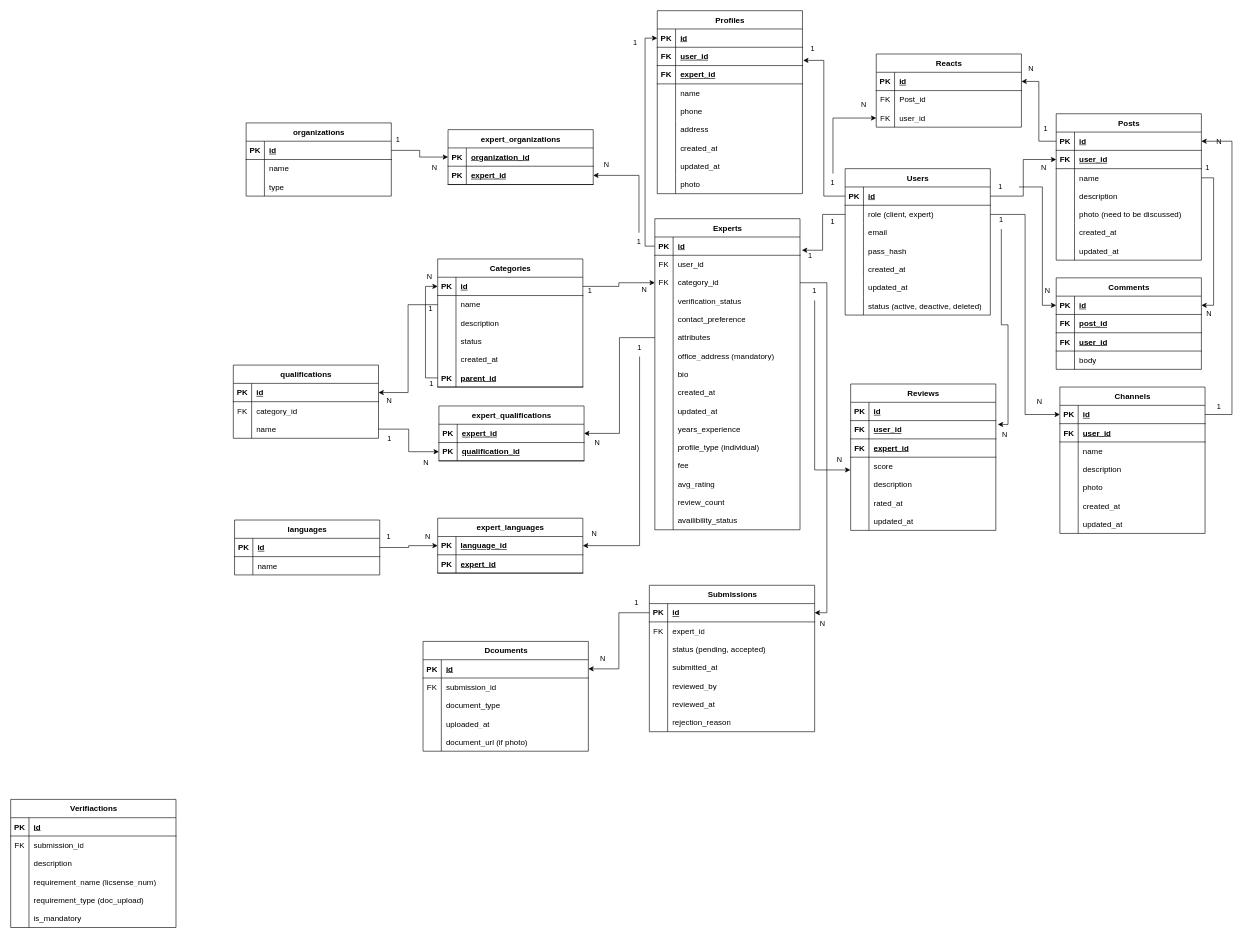
Earlier version of the draw.io diagram er-1.drawio (Anamul029/Expert_Findings_Application). Source tidied: cells renumbered, new cells numbered last; positions are measured from the earlier drawing's top-left corner, leaving out a move shared by most shapes. Both pictures are drawn from the tidied source at 61%, with x=0, y=0 at pixel (10, 10).
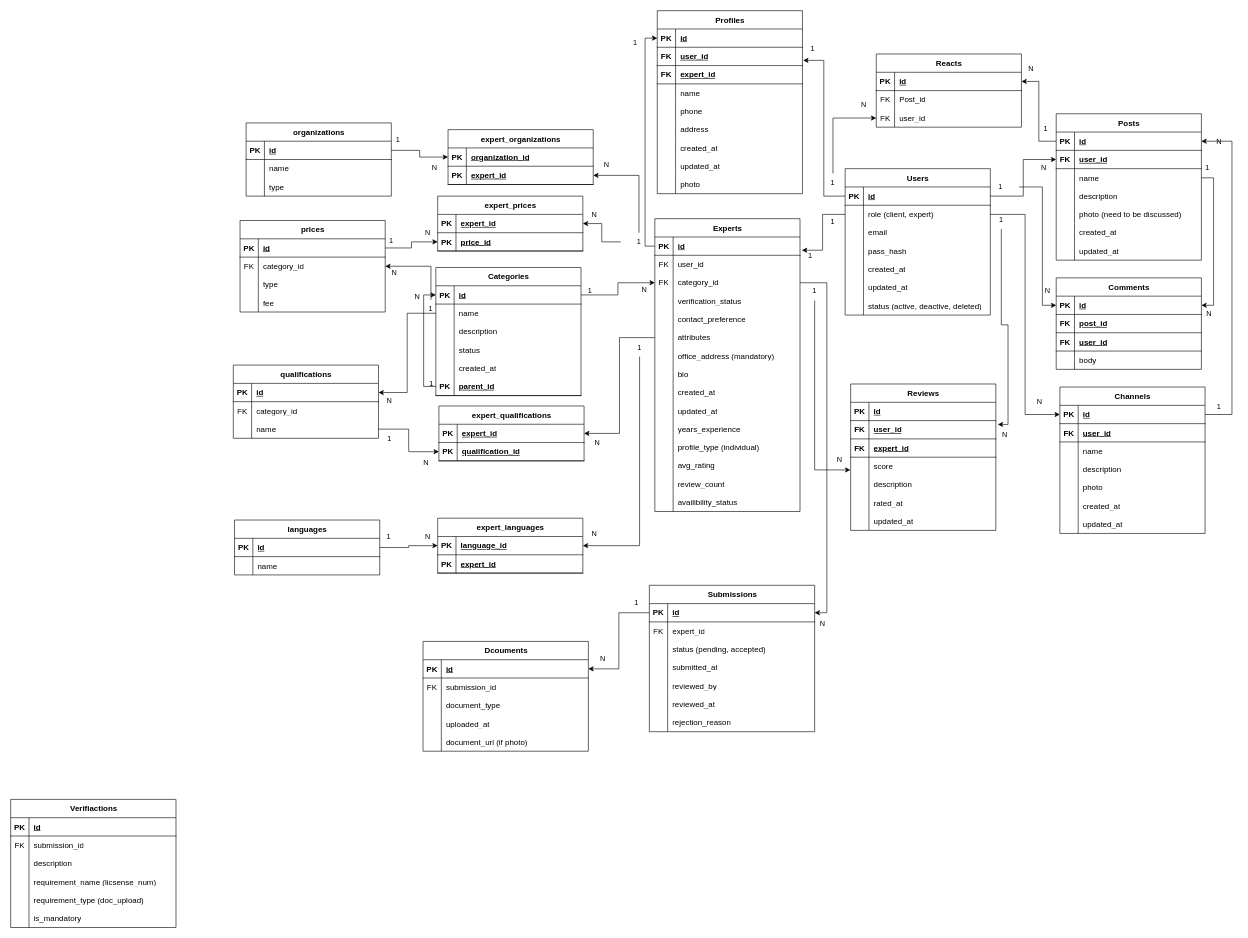
Above is the later version.

Commit message:
updated er diagram as different categories or expert can have different types of pricing

Unchanged cells that the change refers to:
```xml
<mxCell id="234" value="1" style="text;html=1;whiteSpace=wrap;strokeColor=none;fillColor=none;align=center;verticalAlign=middle;rounded=0;" parent="1" vertex="1">
  <mxGeometry x="1000" y="364" width="60" height="30" as="geometry" />
</mxCell>
<mxCell id="323" value="1" style="text;html=1;whiteSpace=wrap;strokeColor=none;fillColor=none;align=center;verticalAlign=middle;rounded=0;" parent="1" vertex="1">
  <mxGeometry x="659" y="474" width="60" height="30" as="geometry" />
</mxCell>
```

The edit, as a diff of the source:
```diff
@@
     <mxCell id="24" value="Categories" style="shape=table;startSize=30;childLayout=tableLayout;rowLines=0;fontStyle=1;align=center;html=1;fontSize=13;" parent="1" vertex="1">
-      <mxGeometry x="700" y="407" width="238" height="210" as="geometry" />
+      <mxGeometry x="697" y="421" width="238" height="210" as="geometry" />
     </mxCell>
@@
     <mxCell id="75" value="Experts" style="shape=table;startSize=30;childLayout=tableLayout;rowLines=0;fontStyle=1;align=center;html=1;fontSize=13;" parent="1" vertex="1">
-      <mxGeometry x="1056" y="341" width="238" height="510" as="geometry" />
+      <mxGeometry x="1056" y="341" width="238" height="480" as="geometry" />
     </mxCell>
@@
-    <mxCell id="112" style="shape=tableRow;horizontal=0;startSize=0;swimlaneHead=0;swimlaneBody=0;fillColor=none;top=0;left=0;right=0;bottom=0;fontSize=13;" parent="75" vertex="1">
-      <mxGeometry y="390" width="238" height="30" as="geometry" />
-    </mxCell>
-    <mxCell id="113" style="shape=partialRectangle;fillColor=none;top=0;left=0;bottom=0;right=0;overflow=hidden;whiteSpace=wrap;html=1;fontSize=13;" parent="112" vertex="1">
-      <mxGeometry width="30" height="30" as="geometry" />
-    </mxCell>
-    <mxCell id="114" value="fee" style="shape=partialRectangle;fillColor=none;top=0;left=0;bottom=0;right=0;align=left;spacingLeft=6;overflow=hidden;whiteSpace=wrap;html=1;fontSize=13;" parent="112" vertex="1">
-      <mxGeometry x="30" width="208" height="30" as="geometry" />
-    </mxCell>
     <mxCell id="115" style="shape=tableRow;horizontal=0;startSize=0;swimlaneHead=0;swimlaneBody=0;fillColor=none;top=0;left=0;right=0;bottom=0;fontSize=13;" parent="75" vertex="1">
-      <mxGeometry y="420" width="238" height="30" as="geometry" />
+      <mxGeometry y="390" width="238" height="30" as="geometry" />
     </mxCell>
@@
     <mxCell id="118" style="shape=tableRow;horizontal=0;startSize=0;swimlaneHead=0;swimlaneBody=0;fillColor=none;top=0;left=0;right=0;bottom=0;fontSize=13;" parent="75" vertex="1">
-      <mxGeometry y="450" width="238" height="30" as="geometry" />
+      <mxGeometry y="420" width="238" height="30" as="geometry" />
     </mxCell>
@@
     <mxCell id="121" style="shape=tableRow;horizontal=0;startSize=0;swimlaneHead=0;swimlaneBody=0;fillColor=none;top=0;left=0;right=0;bottom=0;fontSize=13;" parent="75" vertex="1">
-      <mxGeometry y="480" width="238" height="30" as="geometry" />
+      <mxGeometry y="450" width="238" height="30" as="geometry" />
     </mxCell>
@@
+    <mxCell id="379" style="edgeStyle=orthogonalEdgeStyle;rounded=0;jettySize=auto;html=1;entryX=1;entryY=0.5;entryDx=0;entryDy=0;" parent="1" edge="1" source="234" target="394">
+      <mxGeometry relative="1" as="geometry" />
+    </mxCell>
@@
     <mxCell id="277" value="N" style="text;html=1;whiteSpace=wrap;strokeColor=none;fillColor=none;align=center;verticalAlign=middle;rounded=0;" parent="1" vertex="1">
-      <mxGeometry x="657" y="422" width="60" height="30" as="geometry" />
+      <mxGeometry x="637" y="454" width="60" height="30" as="geometry" />
     </mxCell>
@@
+    <mxCell id="380" style="edgeStyle=orthogonalEdgeStyle;rounded=0;jettySize=auto;html=1;entryX=1;entryY=0.5;entryDx=0;entryDy=0;" parent="1" edge="1" source="323" target="385">
+      <mxGeometry relative="1" as="geometry" />
+    </mxCell>
@@
+    <mxCell id="381" value="prices" style="shape=table;startSize=30;childLayout=tableLayout;rowLines=0;fontStyle=1;align=center;html=1;fontSize=13;" parent="1" vertex="1">
+      <mxGeometry x="376" y="344" width="238" height="150" as="geometry" />
+    </mxCell>
+    <mxCell id="382" style="shape=tableRow;horizontal=0;startSize=0;swimlaneHead=0;swimlaneBody=0;fillColor=none;points=[[0,0.5],[1,0.5]];portConstraint=eastwest;top=0;left=0;right=0;bottom=1;fontSize=13;" parent="381" vertex="1">
+      <mxGeometry y="30" width="238" height="30" as="geometry" />
+    </mxCell>
+    <mxCell id="383" value="PK" style="shape=partialRectangle;fillColor=none;top=0;left=0;bottom=0;right=0;fontStyle=1;overflow=hidden;whiteSpace=wrap;html=1;fontSize=13;" parent="382" vertex="1">
+      <mxGeometry width="30" height="30" as="geometry" />
+    </mxCell>
+    <mxCell id="384" value="id" style="shape=partialRectangle;fillColor=none;top=0;left=0;bottom=0;right=0;align=left;spacingLeft=6;fontStyle=5;overflow=hidden;whiteSpace=wrap;html=1;fontSize=13;" parent="382" vertex="1">
+      <mxGeometry x="30" width="208" height="30" as="geometry" />
+    </mxCell>
+    <mxCell id="385" style="shape=tableRow;horizontal=0;startSize=0;swimlaneHead=0;swimlaneBody=0;fillColor=none;points=[[0,0.5],[1,0.5]];portConstraint=eastwest;top=0;left=0;right=0;bottom=0;fontSize=13;" parent="381" vertex="1">
+      <mxGeometry y="60" width="238" height="30" as="geometry" />
+    </mxCell>
+    <mxCell id="386" value="FK" style="shape=partialRectangle;fillColor=none;top=0;left=0;bottom=0;right=0;overflow=hidden;whiteSpace=wrap;html=1;fontSize=13;" parent="385" vertex="1">
+      <mxGeometry width="30" height="30" as="geometry" />
+    </mxCell>
+    <mxCell id="387" value="category_id" style="shape=partialRectangle;fillColor=none;top=0;left=0;bottom=0;right=0;align=left;spacingLeft=6;overflow=hidden;whiteSpace=wrap;html=1;fontSize=13;" parent="385" vertex="1">
+      <mxGeometry x="30" width="208" height="30" as="geometry" />
+    </mxCell>
+    <mxCell id="388" style="shape=tableRow;horizontal=0;startSize=0;swimlaneHead=0;swimlaneBody=0;fillColor=none;top=0;left=0;right=0;bottom=0;fontSize=13;" parent="381" vertex="1">
+      <mxGeometry y="90" width="238" height="30" as="geometry" />
+    </mxCell>
+    <mxCell id="389" style="shape=partialRectangle;fillColor=none;top=0;left=0;bottom=0;right=0;overflow=hidden;whiteSpace=wrap;html=1;fontSize=13;" parent="388" vertex="1">
+      <mxGeometry width="30" height="30" as="geometry" />
+    </mxCell>
+    <mxCell id="390" value="type" style="shape=partialRectangle;fillColor=none;top=0;left=0;bottom=0;right=0;align=left;spacingLeft=6;overflow=hidden;whiteSpace=wrap;html=1;fontSize=13;" parent="388" vertex="1">
+      <mxGeometry x="30" width="208" height="30" as="geometry" />
+    </mxCell>
+    <mxCell id="391" style="shape=tableRow;horizontal=0;startSize=0;swimlaneHead=0;swimlaneBody=0;fillColor=none;top=0;left=0;right=0;bottom=0;fontSize=13;" parent="381" vertex="1">
+      <mxGeometry y="120" width="238" height="30" as="geometry" />
+    </mxCell>
+    <mxCell id="392" style="shape=partialRectangle;fillColor=none;top=0;left=0;bottom=0;right=0;overflow=hidden;whiteSpace=wrap;html=1;fontSize=13;" parent="391" vertex="1">
+      <mxGeometry width="30" height="30" as="geometry" />
+    </mxCell>
+    <mxCell id="114" value="fee" style="shape=partialRectangle;fillColor=none;top=0;left=0;bottom=0;right=0;align=left;spacingLeft=6;overflow=hidden;whiteSpace=wrap;html=1;fontSize=13;" parent="391" vertex="1">
+      <mxGeometry x="30" width="208" height="30" as="geometry" />
+    </mxCell>
+    <mxCell id="393" value="expert_prices" style="shape=table;startSize=30;childLayout=tableLayout;rowLines=0;fontStyle=1;align=center;html=1;fontSize=13;" parent="1" vertex="1">
+      <mxGeometry x="700" y="304" width="238" height="90" as="geometry" />
+    </mxCell>
+    <mxCell id="394" style="shape=tableRow;horizontal=0;startSize=0;swimlaneHead=0;swimlaneBody=0;fillColor=none;points=[[0,0.5],[1,0.5]];portConstraint=eastwest;top=0;left=0;right=0;bottom=1;fontSize=13;" parent="393" vertex="1">
+      <mxGeometry y="30" width="238" height="30" as="geometry" />
+    </mxCell>
+    <mxCell id="395" value="PK" style="shape=partialRectangle;fillColor=none;top=0;left=0;bottom=0;right=0;fontStyle=1;overflow=hidden;whiteSpace=wrap;html=1;fontSize=13;" parent="394" vertex="1">
+      <mxGeometry width="30" height="30" as="geometry" />
+    </mxCell>
+    <mxCell id="396" value="expert_id" style="shape=partialRectangle;fillColor=none;top=0;left=0;bottom=0;right=0;align=left;spacingLeft=6;fontStyle=5;overflow=hidden;whiteSpace=wrap;html=1;fontSize=13;" parent="394" vertex="1">
+      <mxGeometry x="30" width="208" height="30" as="geometry" />
+    </mxCell>
+    <mxCell id="397" style="shape=tableRow;horizontal=0;startSize=0;swimlaneHead=0;swimlaneBody=0;fillColor=none;points=[[0,0.5],[1,0.5]];portConstraint=eastwest;top=0;left=0;right=0;bottom=1;fontSize=13;" parent="393" vertex="1">
+      <mxGeometry y="60" width="238" height="30" as="geometry" />
+    </mxCell>
+    <mxCell id="398" value="PK" style="shape=partialRectangle;fillColor=none;top=0;left=0;bottom=0;right=0;fontStyle=1;overflow=hidden;whiteSpace=wrap;html=1;fontSize=13;" parent="397" vertex="1">
+      <mxGeometry width="30" height="30" as="geometry" />
+    </mxCell>
+    <mxCell id="399" value="price_id" style="shape=partialRectangle;fillColor=none;top=0;left=0;bottom=0;right=0;align=left;spacingLeft=6;fontStyle=5;overflow=hidden;whiteSpace=wrap;html=1;fontSize=13;" parent="397" vertex="1">
+      <mxGeometry x="30" width="208" height="30" as="geometry" />
+    </mxCell>
+    <mxCell id="400" style="edgeStyle=orthogonalEdgeStyle;rounded=0;jettySize=auto;html=1;entryX=0;entryY=0.5;entryDx=0;entryDy=0;" parent="1" edge="1" source="382" target="397">
+      <mxGeometry relative="1" as="geometry" />
+    </mxCell>
+    <mxCell id="401" value="N" style="text;html=1;whiteSpace=wrap;strokeColor=none;fillColor=none;align=center;verticalAlign=middle;rounded=0;" parent="1" vertex="1">
+      <mxGeometry x="599" y="415" width="60" height="30" as="geometry" />
+    </mxCell>
+    <mxCell id="402" value="N" style="text;html=1;whiteSpace=wrap;strokeColor=none;fillColor=none;align=center;verticalAlign=middle;rounded=0;" parent="1" vertex="1">
+      <mxGeometry x="927" y="320" width="60" height="30" as="geometry" />
+    </mxCell>
+    <mxCell id="403" value="N" style="text;html=1;whiteSpace=wrap;strokeColor=none;fillColor=none;align=center;verticalAlign=middle;rounded=0;" parent="1" vertex="1">
+      <mxGeometry x="654" y="350" width="60" height="30" as="geometry" />
+    </mxCell>
+    <mxCell id="404" value="1&lt;div&gt;&lt;br&gt;&lt;/div&gt;" style="text;html=1;whiteSpace=wrap;strokeColor=none;fillColor=none;align=center;verticalAlign=middle;rounded=0;" parent="1" vertex="1">
+      <mxGeometry x="594" y="369" width="60" height="30" as="geometry" />
+    </mxCell>
```
